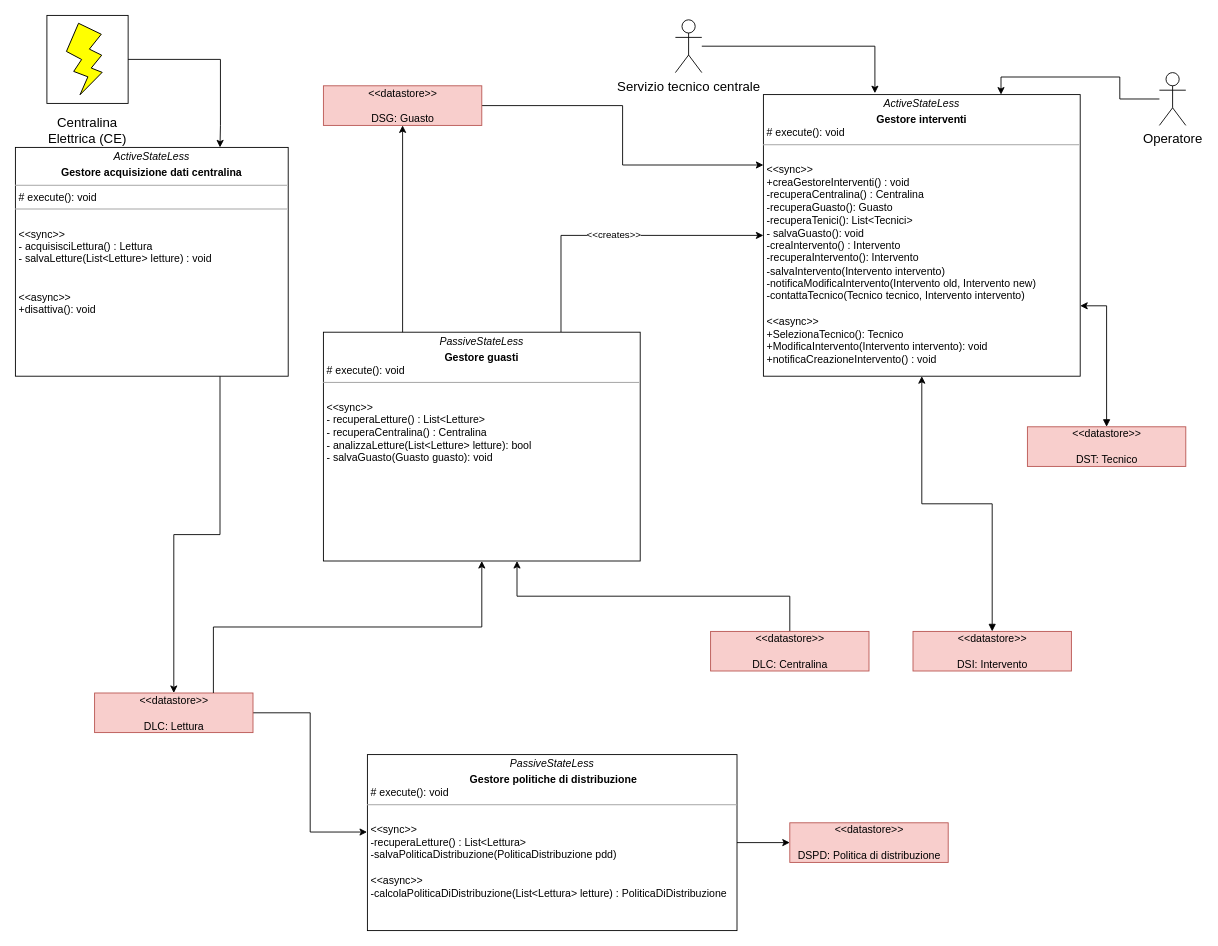
This is diagrammi_arc_concreta/diagramma_classi.drawio from mbeccari856608/architetturasw2024, a draw.io file, before an edit. Source tidied: cells renumbered, new cells numbered last; positions are measured from the earlier drawing's top-left corner, leaving out a move shared by most shapes. Both pictures are drawn from the tidied source at 88%, with x=0, y=0 at pixel (15, 15).
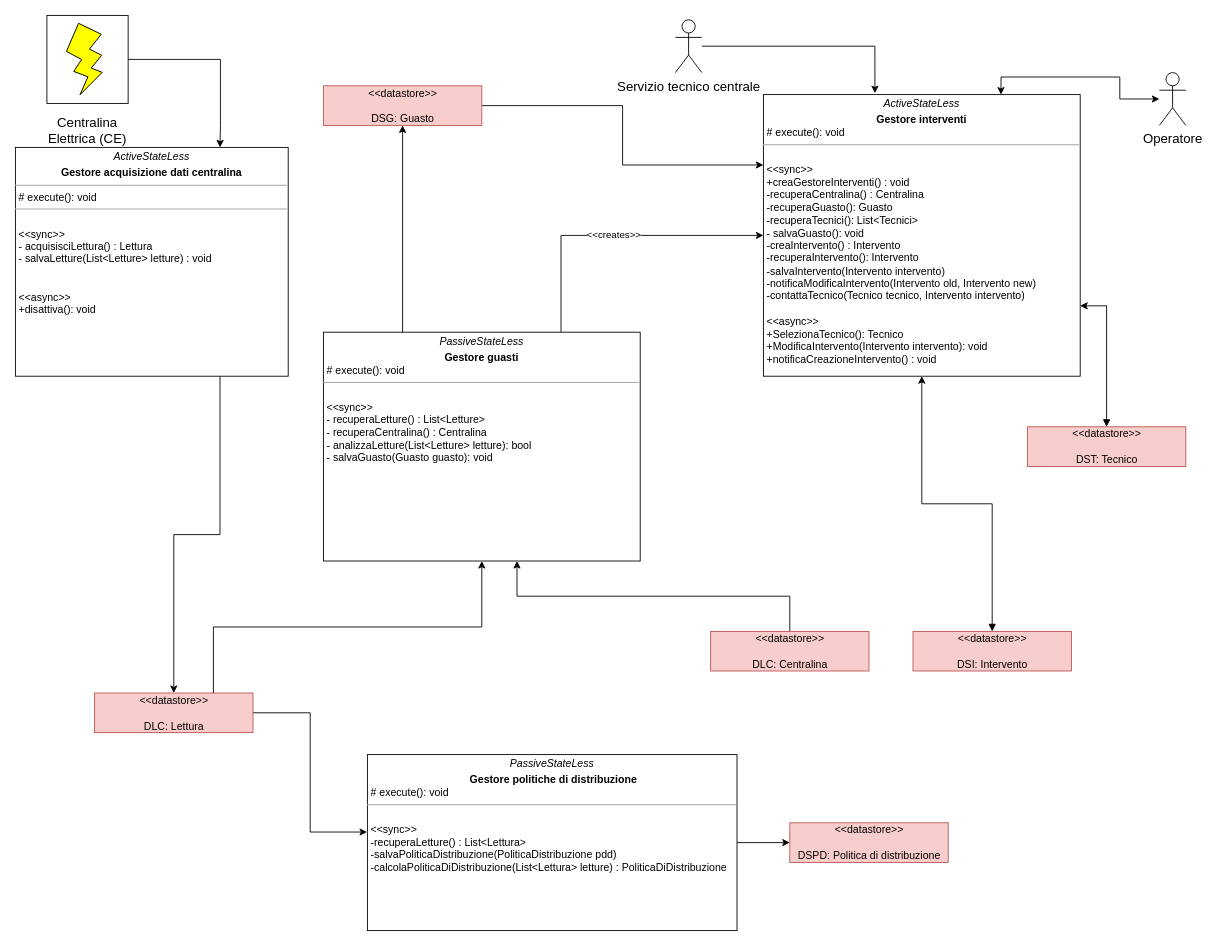
The same diagram, later.

Unchanged cells that the change refers to:
```xml
<mxCell id="27" value="Operatore" style="shape=umlActor;verticalLabelPosition=bottom;verticalAlign=top;html=1;outlineConnect=0;strokeColor=#000000;fontSize=15;fillColor=#FFFFFF;" parent="1" vertex="1">
  <mxGeometry x="1300" y="65" width="30" height="60" as="geometry" />
</mxCell>
```

The edit, as a diff of the source:
```diff
@@
-    <mxCell id="16" value="&lt;p style=&quot;margin:0px;margin-top:4px;text-align:center;&quot;&gt;&lt;i&gt;ActiveStateLess&lt;/i&gt;&lt;/p&gt;&lt;p style=&quot;margin:0px;margin-top:4px;text-align:center;&quot;&gt;&lt;/p&gt;&lt;div style=&quot;text-align: center;&quot;&gt;&lt;span style=&quot;background-color: initial;&quot;&gt;&lt;b&gt;Gestore interventi&lt;/b&gt;&lt;/span&gt;&lt;/div&gt;&lt;p style=&quot;margin:0px;margin-left:4px;&quot;&gt;# execute(): void&lt;/p&gt;&lt;hr size=&quot;1&quot;&gt;&lt;p style=&quot;margin:0px;margin-left:4px;&quot;&gt;&lt;br&gt;&lt;/p&gt;&lt;p style=&quot;margin:0px;margin-left:4px;&quot;&gt;&amp;lt;&amp;lt;sync&amp;gt;&amp;gt;&lt;/p&gt;&lt;p style=&quot;margin:0px;margin-left:4px;&quot;&gt;+creaGestoreInterventi() : void&lt;br&gt;&lt;/p&gt;&lt;p style=&quot;margin:0px;margin-left:4px;&quot;&gt;&lt;span style=&quot;background-color: initial;&quot;&gt;-recuperaCentralina() : Centralina&lt;/span&gt;&lt;br&gt;&lt;/p&gt;&lt;p style=&quot;margin:0px;margin-left:4px;&quot;&gt;-recuperaGuasto(): Guasto&lt;/p&gt;&lt;p style=&quot;margin:0px;margin-left:4px;&quot;&gt;-recuperaTenici(): List&amp;lt;Tecnici&amp;gt;&lt;/p&gt;&lt;p style=&quot;margin:0px;margin-left:4px;&quot;&gt;- salvaGuasto(): void&lt;/p&gt;&lt;p style=&quot;margin:0px;margin-left:4px;&quot;&gt;-creaIntervento() : Intervento&lt;/p&gt;&lt;p style=&quot;margin:0px;margin-left:4px;&quot;&gt;-recuperaIntervento(): Intervento&lt;/p&gt;&lt;p style=&quot;margin:0px;margin-left:4px;&quot;&gt;-salvaIntervento(Intervento intervento)&lt;/p&gt;&lt;p style=&quot;margin:0px;margin-left:4px;&quot;&gt;-notificaModificaIntervento(Intervento old, Intervento new)&lt;/p&gt;&lt;p style=&quot;margin:0px;margin-left:4px;&quot;&gt;-contattaTecnico(Tecnico tecnico, Intervento intervento)&lt;br&gt;&lt;br&gt;&lt;/p&gt;&lt;p style=&quot;margin:0px;margin-left:4px;&quot;&gt;&amp;lt;&amp;lt;async&amp;gt;&amp;gt;&lt;/p&gt;&lt;p style=&quot;margin:0px;margin-left:4px;&quot;&gt;+SelezionaTecnico(): Tecnico&lt;/p&gt;&lt;p style=&quot;margin:0px;margin-left:4px;&quot;&gt;+ModificaIntervento(Intervento intervento): void&lt;/p&gt;&lt;p style=&quot;margin: 0px 0px 0px 4px;&quot;&gt;+notificaCreazioneIntervento() : void&lt;/p&gt;&lt;div&gt;&lt;br&gt;&lt;/div&gt;&lt;p style=&quot;margin:0px;margin-left:4px;&quot;&gt;&lt;br&gt;&lt;/p&gt;" style="verticalAlign=top;align=left;overflow=fill;fontSize=12;fontFamily=Helvetica;html=1;" parent="1" vertex="1">
+    <mxCell id="16" value="&lt;p style=&quot;margin:0px;margin-top:4px;text-align:center;&quot;&gt;&lt;i&gt;ActiveStateLess&lt;/i&gt;&lt;/p&gt;&lt;p style=&quot;margin:0px;margin-top:4px;text-align:center;&quot;&gt;&lt;/p&gt;&lt;div style=&quot;text-align: center;&quot;&gt;&lt;span style=&quot;background-color: initial;&quot;&gt;&lt;b&gt;Gestore interventi&lt;/b&gt;&lt;/span&gt;&lt;/div&gt;&lt;p style=&quot;margin:0px;margin-left:4px;&quot;&gt;# execute(): void&lt;/p&gt;&lt;hr size=&quot;1&quot;&gt;&lt;p style=&quot;margin:0px;margin-left:4px;&quot;&gt;&lt;br&gt;&lt;/p&gt;&lt;p style=&quot;margin:0px;margin-left:4px;&quot;&gt;&amp;lt;&amp;lt;sync&amp;gt;&amp;gt;&lt;/p&gt;&lt;p style=&quot;margin:0px;margin-left:4px;&quot;&gt;+creaGestoreInterventi() : void&lt;br&gt;&lt;/p&gt;&lt;p style=&quot;margin:0px;margin-left:4px;&quot;&gt;&lt;span style=&quot;background-color: initial;&quot;&gt;-recuperaCentralina() : Centralina&lt;/span&gt;&lt;br&gt;&lt;/p&gt;&lt;p style=&quot;margin:0px;margin-left:4px;&quot;&gt;-recuperaGuasto(): Guasto&lt;/p&gt;&lt;p style=&quot;margin:0px;margin-left:4px;&quot;&gt;-recuperaTecnici(): List&amp;lt;Tecnici&amp;gt;&lt;/p&gt;&lt;p style=&quot;margin:0px;margin-left:4px;&quot;&gt;- salvaGuasto(): void&lt;/p&gt;&lt;p style=&quot;margin:0px;margin-left:4px;&quot;&gt;-creaIntervento() : Intervento&lt;/p&gt;&lt;p style=&quot;margin:0px;margin-left:4px;&quot;&gt;-recuperaIntervento(): Intervento&lt;/p&gt;&lt;p style=&quot;margin:0px;margin-left:4px;&quot;&gt;-salvaIntervento(Intervento intervento)&lt;/p&gt;&lt;p style=&quot;margin:0px;margin-left:4px;&quot;&gt;-notificaModificaIntervento(Intervento old, Intervento new)&lt;/p&gt;&lt;p style=&quot;margin:0px;margin-left:4px;&quot;&gt;-contattaTecnico(Tecnico tecnico, Intervento intervento)&lt;br&gt;&lt;br&gt;&lt;/p&gt;&lt;p style=&quot;margin:0px;margin-left:4px;&quot;&gt;&amp;lt;&amp;lt;async&amp;gt;&amp;gt;&lt;/p&gt;&lt;p style=&quot;margin:0px;margin-left:4px;&quot;&gt;+SelezionaTecnico(): Tecnico&lt;/p&gt;&lt;p style=&quot;margin:0px;margin-left:4px;&quot;&gt;+ModificaIntervento(Intervento intervento): void&lt;/p&gt;&lt;p style=&quot;margin: 0px 0px 0px 4px;&quot;&gt;+notificaCreazioneIntervento() : void&lt;/p&gt;&lt;div&gt;&lt;br&gt;&lt;/div&gt;&lt;p style=&quot;margin:0px;margin-left:4px;&quot;&gt;&lt;br&gt;&lt;/p&gt;" style="verticalAlign=top;align=left;overflow=fill;fontSize=12;fontFamily=Helvetica;html=1;" parent="1" vertex="1">
       <mxGeometry x="850" y="90" width="360" height="320" as="geometry" />
     </mxCell>
@@
-    <mxCell id="25" value="&lt;p style=&quot;margin:0px;margin-top:4px;text-align:center;&quot;&gt;&lt;i&gt;PassiveStateLess&lt;/i&gt;&lt;/p&gt;&lt;p style=&quot;margin:0px;margin-top:4px;text-align:center;&quot;&gt;&lt;/p&gt;&lt;div style=&quot;text-align: center;&quot;&gt;&lt;span style=&quot;font-weight: 700;&quot;&gt;&amp;nbsp;Gestore politiche di distribuzione&lt;/span&gt;&lt;br&gt;&lt;/div&gt;&lt;p style=&quot;margin:0px;margin-left:4px;&quot;&gt;# execute(): void&lt;/p&gt;&lt;hr size=&quot;1&quot;&gt;&lt;p style=&quot;margin:0px;margin-left:4px;&quot;&gt;&lt;br&gt;&lt;/p&gt;&lt;p style=&quot;margin:0px;margin-left:4px;&quot;&gt;&amp;lt;&amp;lt;sync&amp;gt;&amp;gt;&lt;/p&gt;&lt;p style=&quot;margin:0px;margin-left:4px;&quot;&gt;-recuperaLetture() : List&amp;lt;Lettura&amp;gt;&lt;/p&gt;&lt;p style=&quot;margin:0px;margin-left:4px;&quot;&gt;-salvaPoliticaDistribuzione(PoliticaDistribuzione pdd)&lt;br&gt;&lt;br&gt;&lt;/p&gt;&lt;p style=&quot;margin:0px;margin-left:4px;&quot;&gt;&amp;lt;&amp;lt;async&amp;gt;&amp;gt;&lt;/p&gt;&lt;p style=&quot;margin:0px;margin-left:4px;&quot;&gt;-calcolaPoliticaDiDistribuzione(List&amp;lt;Lettura&amp;gt; letture) : PoliticaDiDistribuzione&lt;/p&gt;&lt;p style=&quot;margin:0px;margin-left:4px;&quot;&gt;&lt;br&gt;&lt;/p&gt;" style="verticalAlign=top;align=left;overflow=fill;fontSize=12;fontFamily=Helvetica;html=1;" parent="1" vertex="1">
+    <mxCell id="25" value="&lt;p style=&quot;margin:0px;margin-top:4px;text-align:center;&quot;&gt;&lt;i&gt;PassiveStateLess&lt;/i&gt;&lt;/p&gt;&lt;p style=&quot;margin:0px;margin-top:4px;text-align:center;&quot;&gt;&lt;/p&gt;&lt;div style=&quot;text-align: center;&quot;&gt;&lt;span style=&quot;font-weight: 700;&quot;&gt;&amp;nbsp;Gestore politiche di distribuzione&lt;/span&gt;&lt;br&gt;&lt;/div&gt;&lt;p style=&quot;margin:0px;margin-left:4px;&quot;&gt;# execute(): void&lt;/p&gt;&lt;hr size=&quot;1&quot;&gt;&lt;p style=&quot;margin:0px;margin-left:4px;&quot;&gt;&lt;br&gt;&lt;/p&gt;&lt;p style=&quot;margin:0px;margin-left:4px;&quot;&gt;&amp;lt;&amp;lt;sync&amp;gt;&amp;gt;&lt;/p&gt;&lt;p style=&quot;margin:0px;margin-left:4px;&quot;&gt;-recuperaLetture() : List&amp;lt;Lettura&amp;gt;&lt;/p&gt;&lt;p style=&quot;margin:0px;margin-left:4px;&quot;&gt;-salvaPoliticaDistribuzione(PoliticaDistribuzione pdd)&lt;br&gt;&lt;/p&gt;&lt;p style=&quot;margin:0px;margin-left:4px;&quot;&gt;-calcolaPoliticaDiDistribuzione(List&amp;lt;Lettura&amp;gt; letture) : PoliticaDiDistribuzione&lt;/p&gt;&lt;p style=&quot;margin:0px;margin-left:4px;&quot;&gt;&lt;br&gt;&lt;/p&gt;" style="verticalAlign=top;align=left;overflow=fill;fontSize=12;fontFamily=Helvetica;html=1;" parent="1" vertex="1">
       <mxGeometry x="400" y="840" width="420" height="200" as="geometry" />
     </mxCell>
-    <mxCell id="26" style="edgeStyle=orthogonalEdgeStyle;rounded=0;jettySize=auto;html=1;entryX=0.75;entryY=0;entryDx=0;entryDy=0;startArrow=none;startFill=0;" parent="1" edge="1" source="27" target="16">
+    <mxCell id="26" style="edgeStyle=orthogonalEdgeStyle;rounded=0;jettySize=auto;html=1;entryX=0.75;entryY=0;entryDx=0;entryDy=0;startArrow=classic;startFill=1;" parent="1" edge="1" source="27" target="16">
       <mxGeometry relative="1" as="geometry" />
     </mxCell>
```
